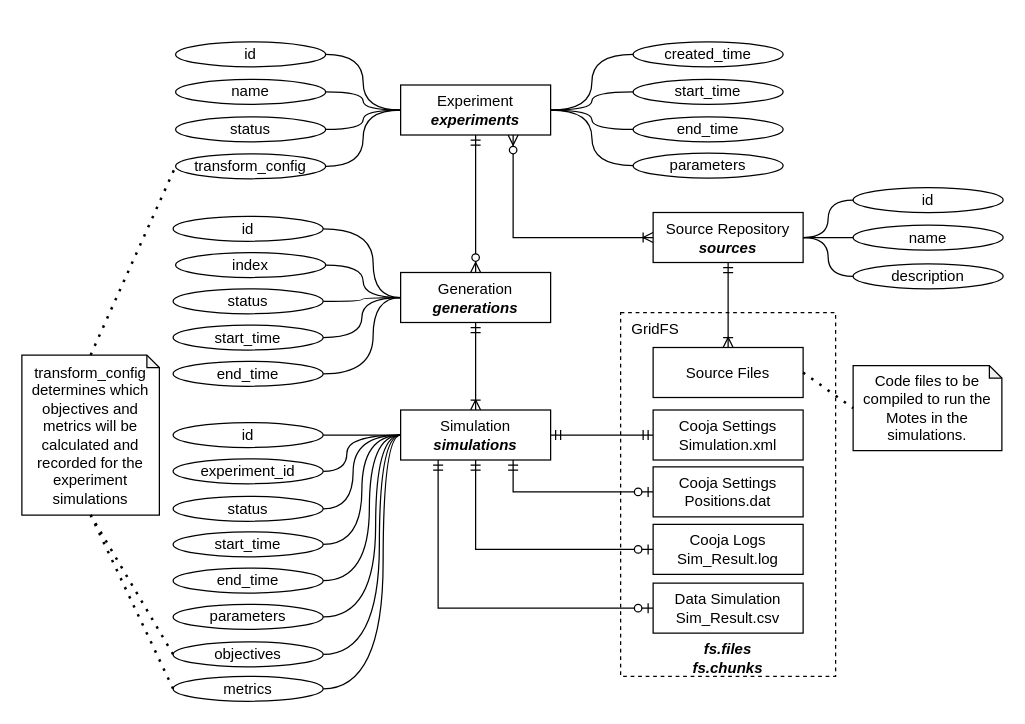
JunioCesarFerreira/simlab keeps this draw.io diagram as page "ER" (2 of 6) of docs/diagrams/diagrams.drawio. Above is the earlier version. Source tidied: cells renumbered, new cells numbered last; positions are measured from the earlier drawing's top-left corner, leaving out a move shared by most shapes. Both pictures are drawn from the tidied source at 125%, with x=0, y=0 at pixel (21, 41).
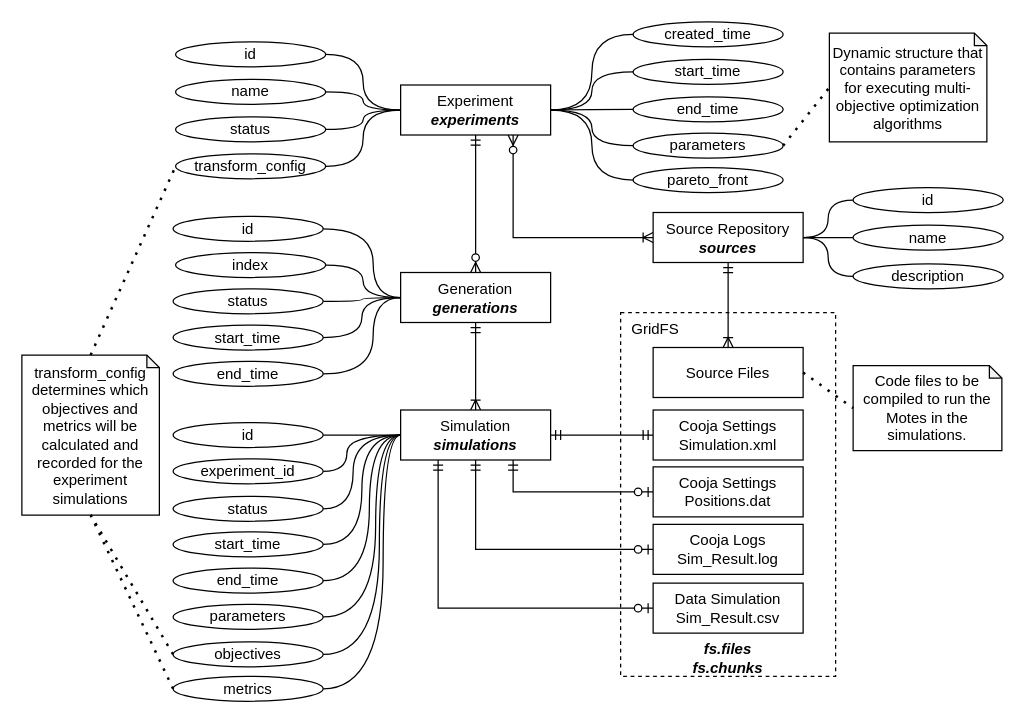
The same diagram, later.

Unchanged cells that the change refers to:
```xml
<mxCell id="4" value="Experiment&lt;br&gt;&lt;b&gt;&lt;i&gt;experiments&lt;/i&gt;&lt;/b&gt;" style="rounded=0;whiteSpace=wrap;html=1;" parent="1" vertex="1">
  <mxGeometry x="303" y="34.5" width="120" height="40" as="geometry" />
</mxCell>
```

What changed in the source:
```diff
@@
     <mxCell id="16" value="created_time" style="ellipse;whiteSpace=wrap;html=1;" parent="1" vertex="1">
-      <mxGeometry x="489" width="120" height="20" as="geometry" />
+      <mxGeometry x="489" y="-16" width="120" height="20" as="geometry" />
     </mxCell>
@@
     <mxCell id="18" value="end_time" style="ellipse;whiteSpace=wrap;html=1;" parent="1" vertex="1">
-      <mxGeometry x="489" y="60" width="120" height="20" as="geometry" />
+      <mxGeometry x="489" y="44" width="120" height="20" as="geometry" />
     </mxCell>
@@
     <mxCell id="20" value="start_time" style="ellipse;whiteSpace=wrap;html=1;" parent="1" vertex="1">
-      <mxGeometry x="489" y="30" width="120" height="20" as="geometry" />
+      <mxGeometry x="489" y="14" width="120" height="20" as="geometry" />
     </mxCell>
@@
     <mxCell id="65" value="parameters" style="ellipse;whiteSpace=wrap;html=1;" parent="1" vertex="1">
-      <mxGeometry x="489" y="89" width="120" height="20" as="geometry" />
+      <mxGeometry x="489" y="73" width="120" height="20" as="geometry" />
     </mxCell>
@@
+    <mxCell id="76" style="edgeStyle=orthogonalEdgeStyle;rounded=0;jettySize=auto;html=1;exitX=0;exitY=0.5;exitDx=0;exitDy=0;entryX=1;entryY=0.5;entryDx=0;entryDy=0;curved=1;endArrow=none;endFill=0;" parent="1" edge="1" source="77" target="4">
+      <mxGeometry relative="1" as="geometry" />
+    </mxCell>
+    <mxCell id="77" value="pareto_front" style="ellipse;whiteSpace=wrap;html=1;" parent="1" vertex="1">
+      <mxGeometry x="489" y="100.5" width="120" height="20" as="geometry" />
+    </mxCell>
+    <mxCell id="78" value="Dynamic structure that contains parameters for executing multi-objective optimization algorithms" style="shape=note;whiteSpace=wrap;html=1;backgroundOutline=1;darkOpacity=0.05;size=10;" parent="1" vertex="1">
+      <mxGeometry x="646" y="-7" width="126" height="87" as="geometry" />
+    </mxCell>
+    <mxCell id="79" style="endArrow=none;dashed=1;html=1;dashPattern=1 3;strokeWidth=2;entryX=0;entryY=0.5;entryDx=0;entryDy=0;entryPerimeter=0;exitX=1;exitY=0.5;exitDx=0;exitDy=0;" parent="1" edge="1" source="65" target="78">
+      <mxGeometry relative="1" as="geometry" />
+    </mxCell>
```
